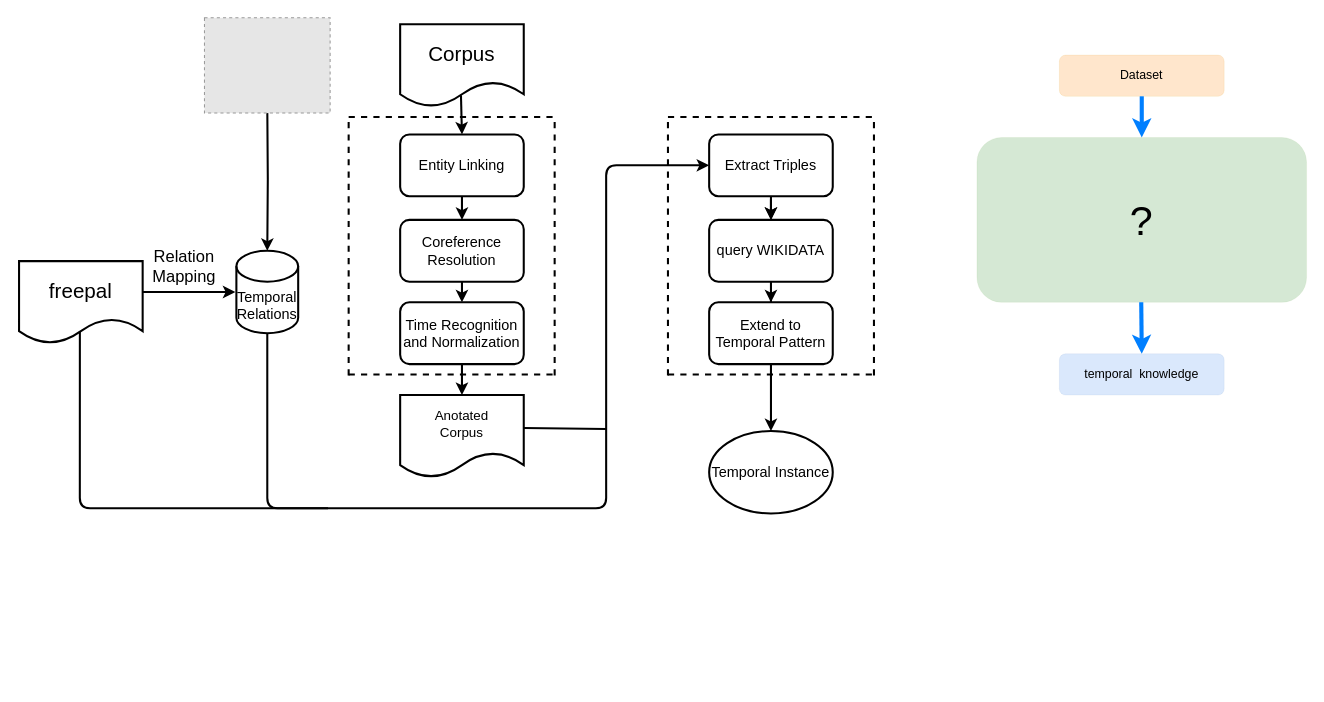
The draw.io diagram Untitled Diagram.drawio in JianhaoChen-nju/cjh-house, before the edit. Source tidied: cells renumbered, new cells numbered last; positions are measured from the earlier drawing's top-left corner, leaving out a move shared by most shapes. Both pictures are drawn from the tidied source at 103%, with x=0, y=0 at pixel (19, 18). Pictures stored in the file or linked from it are replaced by grey dashed boxes.
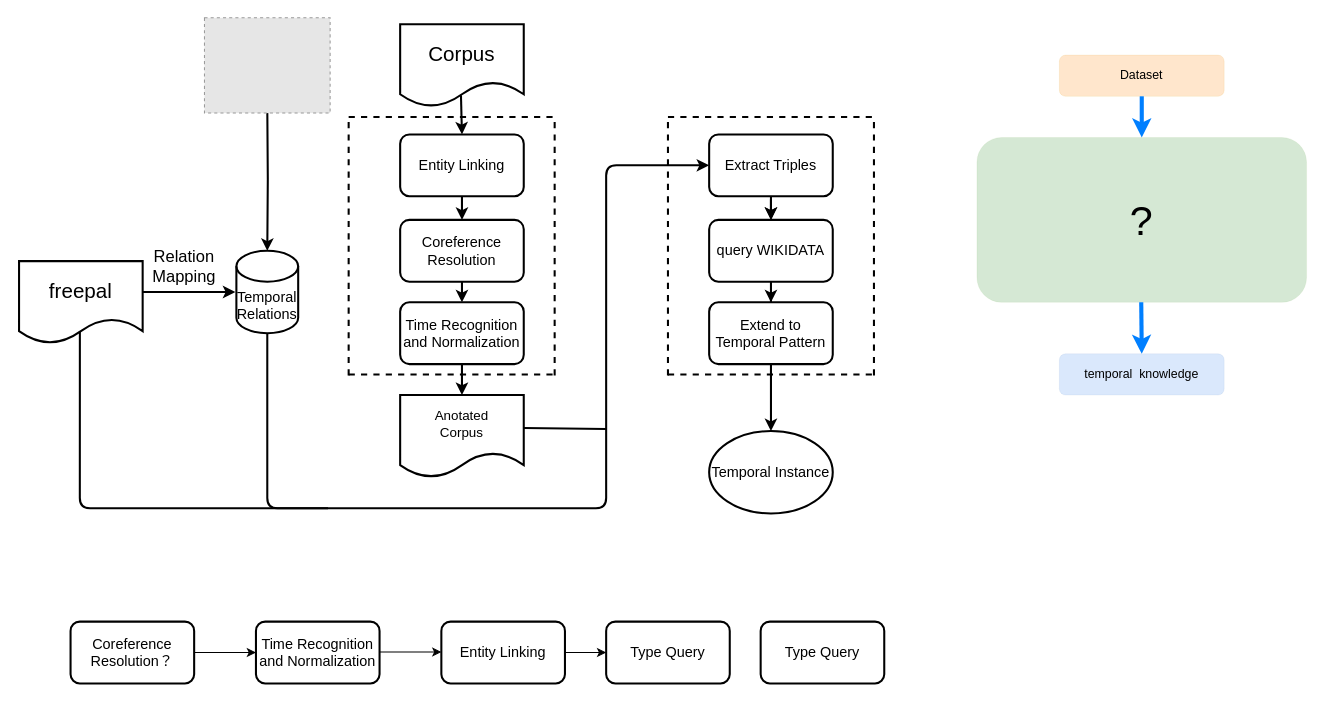
The same diagram, later.

Change to the diagram source:
```diff
@@
+    <mxCell id="41" style="edgeStyle=orthogonalEdgeStyle;rounded=0;jettySize=auto;html=1;exitX=1;exitY=0.5;exitDx=0;exitDy=0;entryX=0;entryY=0.5;entryDx=0;entryDy=0;" parent="1" edge="1" source="42" target="43">
+      <mxGeometry relative="1" as="geometry" />
+    </mxCell>
+    <mxCell id="42" value="&lt;font style=&quot;font-size: 14px&quot;&gt;Coreference&lt;br&gt;Resolution？&lt;/font&gt;" style="rounded=1;whiteSpace=wrap;html=1;fontSize=13;strokeWidth=2;" parent="1" vertex="1">
+      <mxGeometry x="50" y="586" width="120" height="60" as="geometry" />
+    </mxCell>
+    <mxCell id="43" value="&lt;font style=&quot;font-size: 14px&quot;&gt;Time Recognition&lt;br&gt;and Normalization&lt;/font&gt;" style="rounded=1;whiteSpace=wrap;html=1;fontSize=13;strokeWidth=2;" parent="1" vertex="1">
+      <mxGeometry x="230" y="586" width="120" height="60" as="geometry" />
+    </mxCell>
+    <mxCell id="44" style="edgeStyle=orthogonalEdgeStyle;rounded=0;jettySize=auto;html=1;exitX=1;exitY=0.5;exitDx=0;exitDy=0;entryX=0;entryY=0.5;entryDx=0;entryDy=0;" parent="1" edge="1" source="45" target="47">
+      <mxGeometry relative="1" as="geometry" />
+    </mxCell>
+    <mxCell id="45" value="&lt;font style=&quot;font-size: 14px&quot;&gt;Entity Linking&lt;/font&gt;" style="rounded=1;whiteSpace=wrap;html=1;fontSize=13;strokeWidth=2;" parent="1" vertex="1">
+      <mxGeometry x="410" y="586" width="120" height="60" as="geometry" />
+    </mxCell>
+    <mxCell id="46" style="edgeStyle=orthogonalEdgeStyle;rounded=0;orthogonalLoop=1;jettySize=auto;html=1;exitX=1;exitY=0.5;exitDx=0;exitDy=0;entryX=0;entryY=0.5;entryDx=0;entryDy=0;" parent="1" edge="1">
+      <mxGeometry relative="1" as="geometry">
+        <mxPoint x="350" y="615.5" as="sourcePoint" />
+        <mxPoint x="410" y="615.5" as="targetPoint" />
+      </mxGeometry>
+    </mxCell>
+    <mxCell id="47" value="&lt;font style=&quot;font-size: 14px&quot;&gt;Type Query&lt;/font&gt;" style="rounded=1;whiteSpace=wrap;html=1;fontSize=13;strokeWidth=2;" parent="1" vertex="1">
+      <mxGeometry x="570" y="586" width="120" height="60" as="geometry" />
+    </mxCell>
+    <mxCell id="48" value="&lt;font style=&quot;font-size: 14px&quot;&gt;Type Query&lt;/font&gt;" style="rounded=1;whiteSpace=wrap;html=1;fontSize=13;strokeWidth=2;" parent="1" vertex="1">
+      <mxGeometry x="720" y="586" width="120" height="60" as="geometry" />
+    </mxCell>
```
